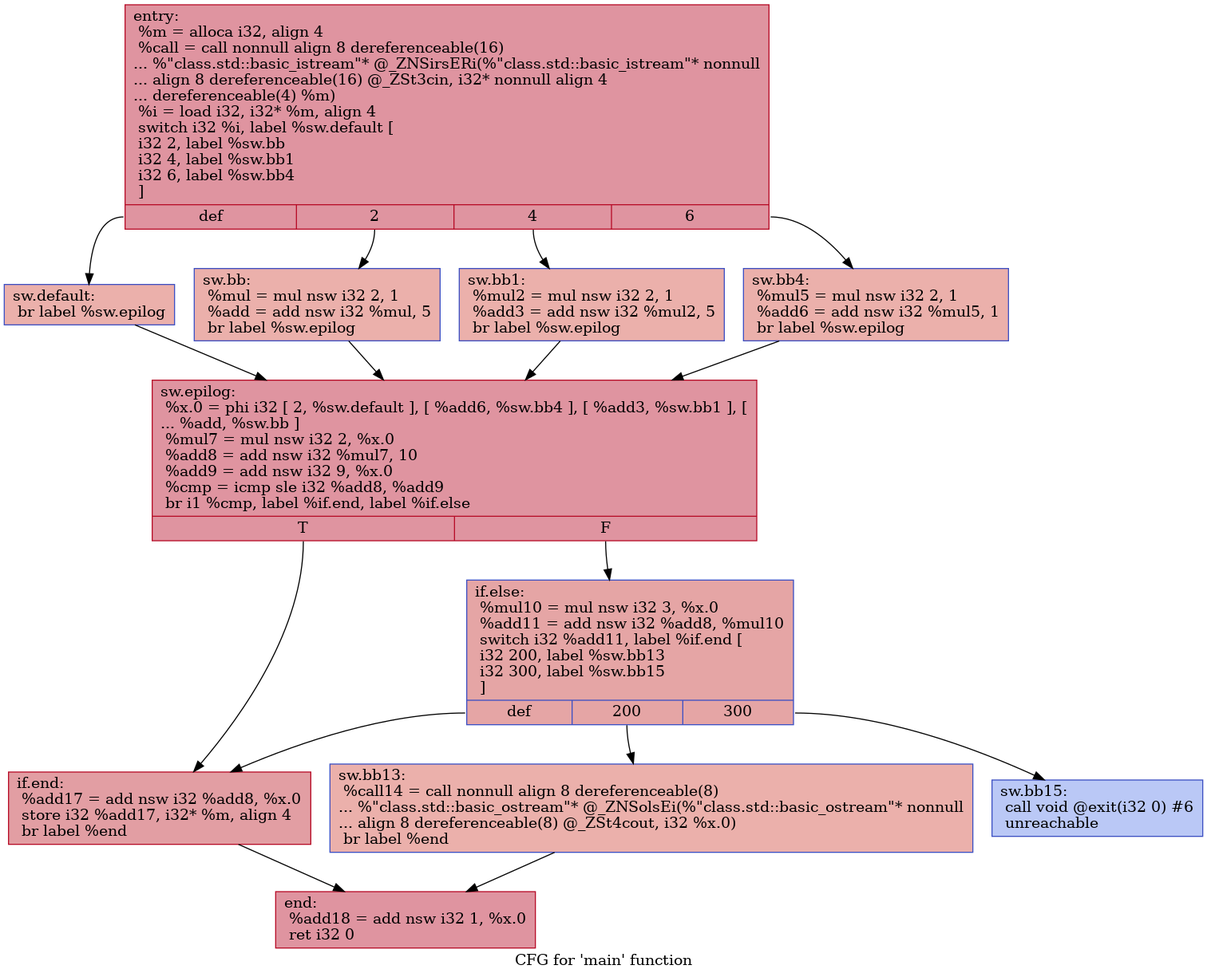
Earlier version of the Graphviz export IR/cfg/baseline.dot.png (HPSSA-LLVM/HPSSA-LLVM). Its source is kept beside it as IR/cfg/baseline.dot.
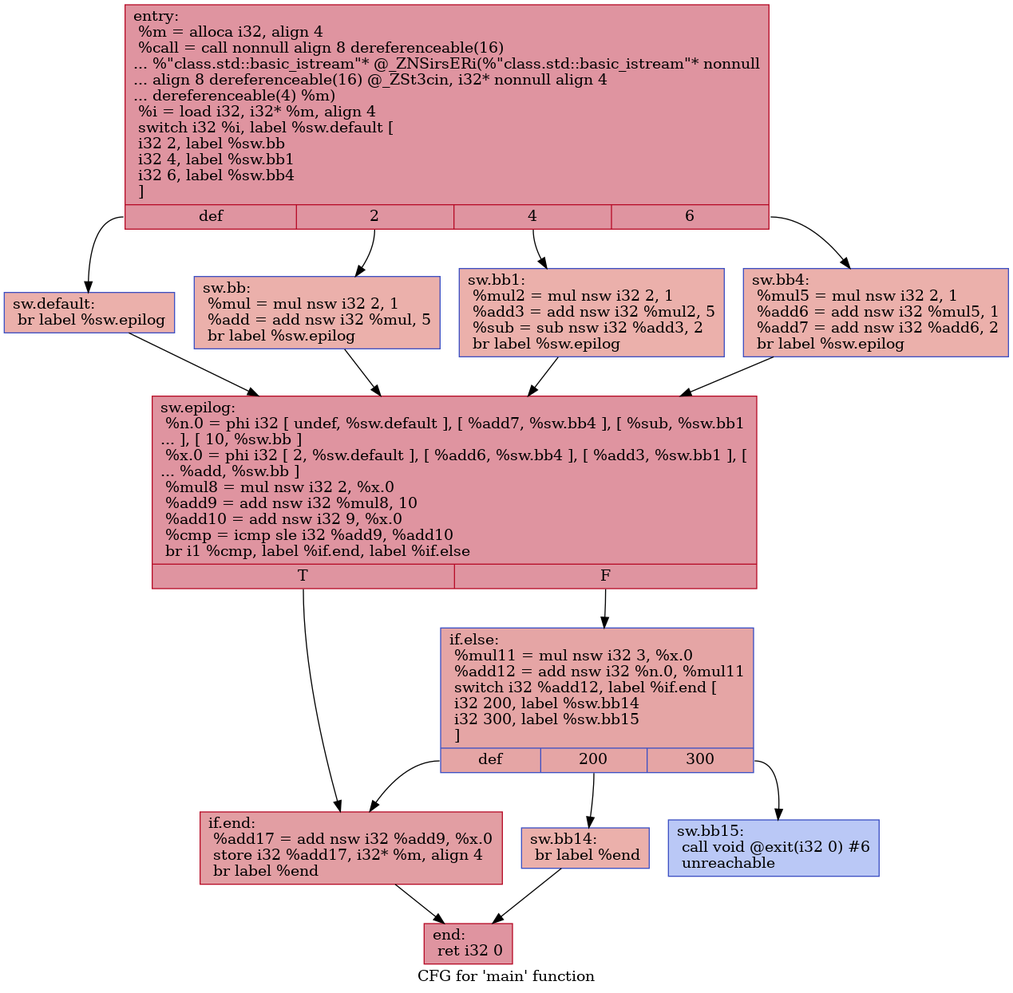
Above is the later version.

Diff of the diagram source:
```diff
@@ -1,30 +1,31 @@
 digraph "CFG for 'main' function" {
-	label="CFG for 'main' function";
-
-	Node0x561a5ad17260 [shape=record,color="#b70d28ff", style=filled, fillcolor="#b70d2870",label="{entry:\l  %m = alloca i32, align 4\l  %call = call nonnull align 8 dereferenceable(16)\l... %\"class.std::basic_istream\"* @_ZNSirsERi(%\"class.std::basic_istream\"* nonnull\l... align 8 dereferenceable(16) @_ZSt3cin, i32* nonnull align 4\l... dereferenceable(4) %m)\l  %i = load i32, i32* %m, align 4\l  switch i32 %i, label %sw.default [\l    i32 2, label %sw.bb\l    i32 4, label %sw.bb1\l    i32 6, label %sw.bb4\l  ]\l|{<s0>def|<s1>2|<s2>4|<s3>6}}"];
-	Node0x561a5ad17260:s0 -> Node0x561a5ad176a0;
-	Node0x561a5ad17260:s1 -> Node0x561a5ad177b0;
-	Node0x561a5ad17260:s2 -> Node0x561a5ad178b0;
-	Node0x561a5ad17260:s3 -> Node0x561a5ad179b0;
-	Node0x561a5ad177b0 [shape=record,color="#3d50c3ff", style=filled, fillcolor="#d24b4070",label="{sw.bb:                                            \l  %mul = mul nsw i32 2, 1\l  %add = add nsw i32 %mul, 5\l  br label %sw.epilog\l}"];
-	Node0x561a5ad177b0 -> Node0x561a5ad17c60;
-	Node0x561a5ad178b0 [shape=record,color="#3d50c3ff", style=filled, fillcolor="#d24b4070",label="{sw.bb1:                                           \l  %mul2 = mul nsw i32 2, 1\l  %add3 = add nsw i32 %mul2, 5\l  br label %sw.epilog\l}"];
-	Node0x561a5ad178b0 -> Node0x561a5ad17c60;
-	Node0x561a5ad179b0 [shape=record,color="#3d50c3ff", style=filled, fillcolor="#d24b4070",label="{sw.bb4:                                           \l  %mul5 = mul nsw i32 2, 1\l  %add6 = add nsw i32 %mul5, 1\l  br label %sw.epilog\l}"];
-	Node0x561a5ad179b0 -> Node0x561a5ad17c60;
-	Node0x561a5ad176a0 [shape=record,color="#3d50c3ff", style=filled, fillcolor="#d24b4070",label="{sw.default:                                       \l  br label %sw.epilog\l}"];
-	Node0x561a5ad176a0 -> Node0x561a5ad17c60;
-	Node0x561a5ad17c60 [shape=record,color="#b70d28ff", style=filled, fillcolor="#b70d2870",label="{sw.epilog:                                        \l  %x.0 = phi i32 [ 2, %sw.default ], [ %add6, %sw.bb4 ], [ %add3, %sw.bb1 ], [\l... %add, %sw.bb ]\l  %mul7 = mul nsw i32 2, %x.0\l  %add8 = add nsw i32 %mul7, 10\l  %add9 = add nsw i32 9, %x.0\l  %cmp = icmp sle i32 %add8, %add9\l  br i1 %cmp, label %if.end, label %if.else\l|{<s0>T|<s1>F}}"];
-	Node0x561a5ad17c60:s0 -> Node0x561a5ad18740;
-	Node0x561a5ad17c60:s1 -> Node0x561a5ad187b0;
-	Node0x561a5ad187b0 [shape=record,color="#3d50c3ff", style=filled, fillcolor="#c5333470",label="{if.else:                                          \l  %mul10 = mul nsw i32 3, %x.0\l  %add11 = add nsw i32 %add8, %mul10\l  switch i32 %add11, label %if.end [\l    i32 200, label %sw.bb13\l    i32 300, label %sw.bb15\l  ]\l|{<s0>def|<s1>200|<s2>300}}"];
-	Node0x561a5ad187b0:s0 -> Node0x561a5ad18740;
-	Node0x561a5ad187b0:s1 -> Node0x561a5ad18a90;
-	Node0x561a5ad187b0:s2 -> Node0x561a5ad18e50;
-	Node0x561a5ad18a90 [shape=record,color="#3d50c3ff", style=filled, fillcolor="#d24b4070",label="{sw.bb13:                                          \l  %call14 = call nonnull align 8 dereferenceable(8)\l... %\"class.std::basic_ostream\"* @_ZNSolsEi(%\"class.std::basic_ostream\"* nonnull\l... align 8 dereferenceable(8) @_ZSt4cout, i32 %x.0)\l  br label %end\l}"];
-	Node0x561a5ad18a90 -> Node0x561a5ad191f0;
-	Node0x561a5ad18e50 [shape=record,color="#3d50c3ff", style=filled, fillcolor="#6282ea70",label="{sw.bb15:                                          \l  call void @exit(i32 0) #6\l  unreachable\l}"];
-	Node0x561a5ad18740 [shape=record,color="#b70d28ff", style=filled, fillcolor="#be242e70",label="{if.end:                                           \l  %add17 = add nsw i32 %add8, %x.0\l  store i32 %add17, i32* %m, align 4\l  br label %end\l}"];
-	Node0x561a5ad18740 -> Node0x561a5ad191f0;
-	Node0x561a5ad191f0 [shape=record,color="#b70d28ff", style=filled, fillcolor="#b70d2870",label="{end:                                              \l  %add18 = add nsw i32 1, %x.0\l  ret i32 0\l}"];
+	label="Program in SSA Form";
+	node [fontname="Courier"];
+	edge [fontname="Courier"];
+	Node0x556ecf279080 [shape=record,color="#b70d28ff", style=filled, fillcolor="#b70d2870",label="{entry:\l  %m = alloca i32, align 4\l  %call = call nonnull align 8 dereferenceable(16)\l... %\"class.std::basic_istream\"* @_ZNSirsERi(%\"class.std::basic_istream\"* nonnull\l... align 8 dereferenceable(16) @_ZSt3cin, i32* nonnull align 4\l... dereferenceable(4) %m)\l  %i = load i32, i32* %m, align 4\l  switch i32 %i, label %sw.default [\l    i32 2, label %sw.bb\l    i32 4, label %sw.bb1\l    i32 6, label %sw.bb4\l  ]\l|{<s0>def|<s1>2|<s2>4|<s3>6}}"];
+	Node0x556ecf279080:s0 -> Node0x556ecf2794c0;
+	Node0x556ecf279080:s1 -> Node0x556ecf2795d0;
+	Node0x556ecf279080:s2 -> Node0x556ecf2796d0;
+	Node0x556ecf279080:s3 -> Node0x556ecf2797d0;
+	Node0x556ecf2795d0 [shape=record,color="#3d50c3ff", style=filled, fillcolor="#d24b4070",label="{sw.bb:                                            \l  %mul = mul nsw i32 2, 1\l  %add = add nsw i32 %mul, 5\l  br label %sw.epilog\l}"];
+	Node0x556ecf2795d0 -> Node0x556ecf279a80;
+	Node0x556ecf2796d0 [shape=record,color="#3d50c3ff", style=filled, fillcolor="#d24b4070",label="{sw.bb1:                                           \l  %mul2 = mul nsw i32 2, 1\l  %add3 = add nsw i32 %mul2, 5\l  %sub = sub nsw i32 %add3, 2\l  br label %sw.epilog\l}"];
+	Node0x556ecf2796d0 -> Node0x556ecf279a80;
+	Node0x556ecf2797d0 [shape=record,color="#3d50c3ff", style=filled, fillcolor="#d24b4070",label="{sw.bb4:                                           \l  %mul5 = mul nsw i32 2, 1\l  %add6 = add nsw i32 %mul5, 1\l  %add7 = add nsw i32 %add6, 2\l  br label %sw.epilog\l}"];
+	Node0x556ecf2797d0 -> Node0x556ecf279a80;
+	Node0x556ecf2794c0 [shape=record,color="#3d50c3ff", style=filled, fillcolor="#d24b4070",label="{sw.default:                                       \l  br label %sw.epilog\l}"];
+	Node0x556ecf2794c0 -> Node0x556ecf279a80;
+	Node0x556ecf279a80 [shape=record,color="#b70d28ff", style=filled, fillcolor="#b70d2870",label="{sw.epilog:                                        \l  %n.0 = phi i32 [ undef, %sw.default ], [ %add7, %sw.bb4 ], [ %sub, %sw.bb1\l... ], [ 10, %sw.bb ]\l  %x.0 = phi i32 [ 2, %sw.default ], [ %add6, %sw.bb4 ], [ %add3, %sw.bb1 ], [\l... %add, %sw.bb ]\l  %mul8 = mul nsw i32 2, %x.0\l  %add9 = add nsw i32 %mul8, 10\l  %add10 = add nsw i32 9, %x.0\l  %cmp = icmp sle i32 %add9, %add10\l  br i1 %cmp, label %if.end, label %if.else\l|{<s0>T|<s1>F}}"];
+	Node0x556ecf279a80:s0 -> Node0x556ecf27ac10;
+	Node0x556ecf279a80:s1 -> Node0x556ecf27ac80;
+	Node0x556ecf27ac80 [shape=record,color="#3d50c3ff", style=filled, fillcolor="#c5333470",label="{if.else:                                          \l  %mul11 = mul nsw i32 3, %x.0\l  %add12 = add nsw i32 %n.0, %mul11\l  switch i32 %add12, label %if.end [\l    i32 200, label %sw.bb14\l    i32 300, label %sw.bb15\l  ]\l|{<s0>def|<s1>200|<s2>300}}"];
+	Node0x556ecf27ac80:s0 -> Node0x556ecf27ac10;
+	Node0x556ecf27ac80:s1 -> Node0x556ecf27b280;
+	Node0x556ecf27ac80:s2 -> Node0x556ecf27b320;
+	Node0x556ecf27b280 [shape=record,color="#3d50c3ff", style=filled, fillcolor="#d24b4070",label="{sw.bb14:                                          \l  br label %end\l}"];
+	Node0x556ecf27b280 -> Node0x556ecf27b4b0;
+	Node0x556ecf27b320 [shape=record,color="#3d50c3ff", style=filled, fillcolor="#6282ea70",label="{sw.bb15:                                          \l  call void @exit(i32 0) #6\l  unreachable\l}"];
+	Node0x556ecf27ac10 [shape=record,color="#b70d28ff", style=filled, fillcolor="#be242e70",label="{if.end:                                           \l  %add17 = add nsw i32 %add9, %x.0\l  store i32 %add17, i32* %m, align 4\l  br label %end\l}"];
+	Node0x556ecf27ac10 -> Node0x556ecf27b4b0;
+	Node0x556ecf27b4b0 [shape=record,color="#b70d28ff", style=filled, fillcolor="#b70d2870",label="{end:                                              \l  ret i32 0\l}"];
 }
```
